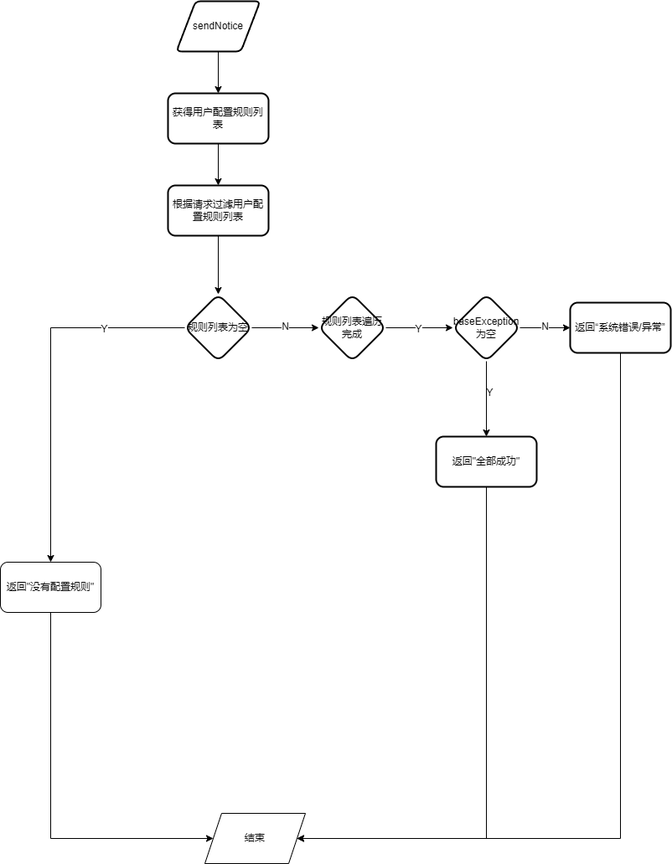
Earlier version of the draw.io export flow-diagram/baidu/ldc-api/sendNotice.drawio.png (RUIZRUI/flow-diagram). Source tidied: cells renumbered, new cells last; positions are measured from the earlier drawing's top-left corner, leaving out a move shared by most shapes.
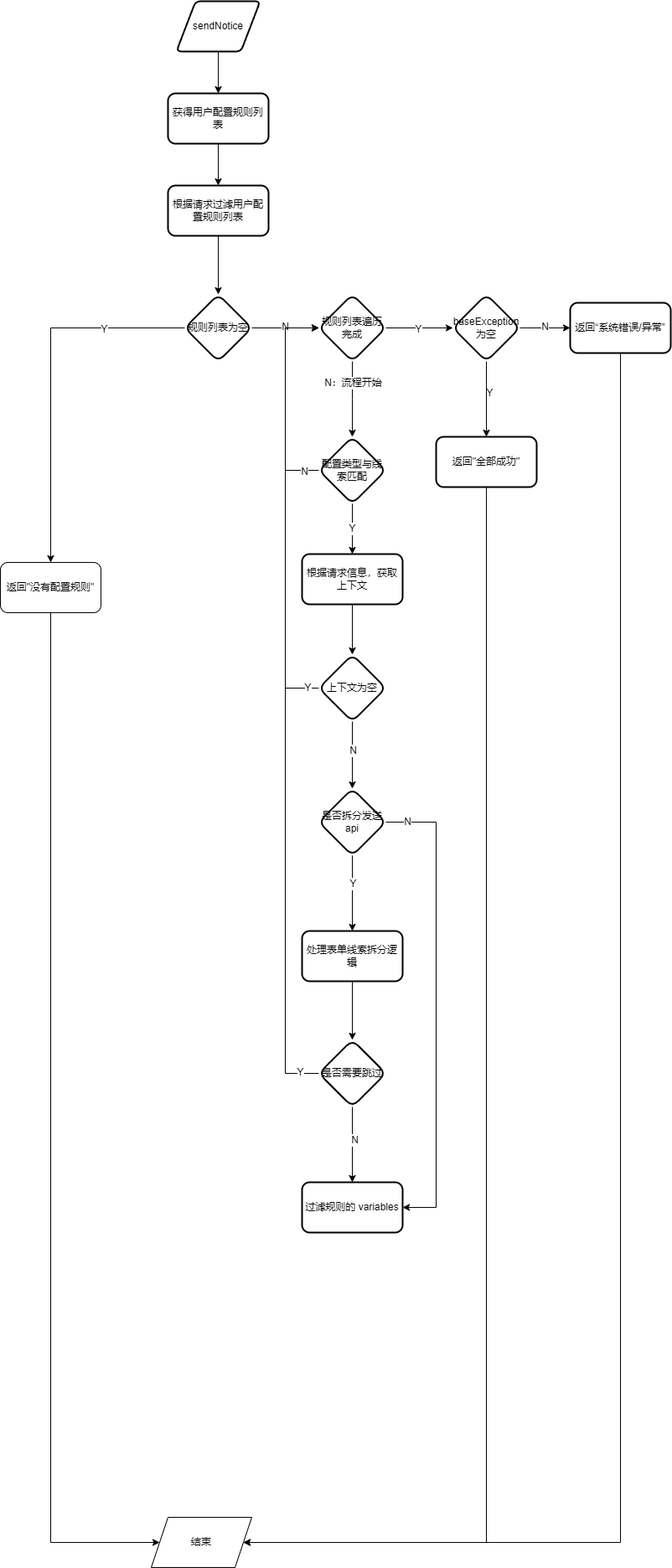
After the change.

Change to the diagram source:
```diff
@@ -21,12 +21,12 @@
       <mxGeometry x="200" y="220" width="120" height="60" as="geometry" />
     </mxCell>
     <mxCell id="8" value="结束" style="shape=parallelogram;perimeter=parallelogramPerimeter;whiteSpace=wrap;html=1;fixedSize=1;" parent="1" vertex="1">
-      <mxGeometry x="244" y="970" width="120" height="60" as="geometry" />
+      <mxGeometry x="180" y="1810" width="120" height="60" as="geometry" />
     </mxCell>
     <mxCell id="9" style="edgeStyle=orthogonalEdgeStyle;rounded=0;jettySize=auto;html=1;exitX=0.5;exitY=1;exitDx=0;exitDy=0;" parent="1" edge="1" source="10" target="8">
       <mxGeometry relative="1" as="geometry">
         <Array as="points">
-          <mxPoint x="60" y="1000" />
+          <mxPoint x="60" y="1840" />
         </Array>
       </mxGeometry>
     </mxCell>
@@ -54,6 +54,14 @@
     <mxCell id="17" value="Y" style="edgeLabel;html=1;align=center;verticalAlign=middle;" parent="16" vertex="1">
       <mxGeometry x="-0.04" y="-1" relative="1" as="geometry" />
     </mxCell>
+    <mxCell id="28" style="edgeStyle=orthogonalEdgeStyle;rounded=0;jettySize=auto;html=1;" parent="1" edge="1" source="18">
+      <mxGeometry relative="1" as="geometry">
+        <mxPoint x="420" y="520" as="targetPoint" />
+      </mxGeometry>
+    </mxCell>
+    <mxCell id="29" value="N：流程开始" style="edgeLabel;html=1;align=center;verticalAlign=middle;" parent="28" vertex="1">
+      <mxGeometry x="-0.44" relative="1" as="geometry" />
+    </mxCell>
     <mxCell id="18" value="规则列表遍历完成" style="rhombus;whiteSpace=wrap;html=1;rounded=1;strokeWidth=2;" parent="1" vertex="1">
       <mxGeometry x="380" y="350" width="80" height="80" as="geometry" />
     </mxCell>
@@ -75,7 +83,7 @@
     <mxCell id="24" style="edgeStyle=orthogonalEdgeStyle;rounded=0;jettySize=auto;html=1;exitX=0.5;exitY=1;exitDx=0;exitDy=0;" parent="1" edge="1" source="25" target="8">
       <mxGeometry relative="1" as="geometry">
         <Array as="points">
-          <mxPoint x="580" y="1000" />
+          <mxPoint x="580" y="1840" />
         </Array>
       </mxGeometry>
     </mxCell>
@@ -85,12 +93,108 @@
     <mxCell id="26" style="edgeStyle=orthogonalEdgeStyle;rounded=0;jettySize=auto;html=1;exitX=0.5;exitY=1;exitDx=0;exitDy=0;" parent="1" edge="1" source="27" target="8">
       <mxGeometry relative="1" as="geometry">
         <Array as="points">
-          <mxPoint x="740" y="1000" />
+          <mxPoint x="740" y="1840" />
         </Array>
       </mxGeometry>
     </mxCell>
     <mxCell id="27" value="返回“系统错误/异常”" style="whiteSpace=wrap;html=1;rounded=1;strokeWidth=2;" parent="1" vertex="1">
       <mxGeometry x="680" y="360" width="120" height="60" as="geometry" />
     </mxCell>
+    <mxCell id="30" style="edgeStyle=orthogonalEdgeStyle;rounded=0;jettySize=auto;html=1;exitX=0;exitY=0.5;exitDx=0;exitDy=0;entryX=0;entryY=0.5;entryDx=0;entryDy=0;" parent="1" edge="1" source="34" target="18">
+      <mxGeometry relative="1" as="geometry">
+        <Array as="points">
+          <mxPoint x="340" y="560" />
+          <mxPoint x="340" y="390" />
+        </Array>
+      </mxGeometry>
+    </mxCell>
+    <mxCell id="31" value="N" style="edgeLabel;html=1;align=center;verticalAlign=middle;" parent="30" vertex="1">
+      <mxGeometry x="-0.86" y="1" relative="1" as="geometry" />
+    </mxCell>
+    <mxCell id="32" style="edgeStyle=orthogonalEdgeStyle;rounded=0;jettySize=auto;html=1;" parent="1" edge="1" source="34" target="41">
+      <mxGeometry relative="1" as="geometry" />
+    </mxCell>
+    <mxCell id="33" value="Y" style="edgeLabel;html=1;align=center;verticalAlign=middle;" parent="32" vertex="1">
+      <mxGeometry x="-0.03" y="-1" relative="1" as="geometry" />
+    </mxCell>
+    <mxCell id="34" value="配置类型与线索匹配" style="rhombus;whiteSpace=wrap;html=1;rounded=1;strokeWidth=2;" parent="1" vertex="1">
+      <mxGeometry x="380" y="520" width="80" height="80" as="geometry" />
+    </mxCell>
+    <mxCell id="35" style="edgeStyle=orthogonalEdgeStyle;rounded=0;jettySize=auto;html=1;exitX=0;exitY=0.5;exitDx=0;exitDy=0;" parent="1" edge="1" source="39">
+      <mxGeometry relative="1" as="geometry">
+        <mxPoint x="380" y="390" as="targetPoint" />
+        <Array as="points">
+          <mxPoint x="340" y="820" />
+          <mxPoint x="340" y="390" />
+        </Array>
+      </mxGeometry>
+    </mxCell>
+    <mxCell id="36" value="Y" style="edgeLabel;html=1;align=center;verticalAlign=middle;" parent="35" vertex="1">
+      <mxGeometry x="-0.95" y="-1" relative="1" as="geometry" />
+    </mxCell>
+    <mxCell id="37" style="edgeStyle=orthogonalEdgeStyle;rounded=0;jettySize=auto;html=1;" parent="1" edge="1" source="39" target="46">
+      <mxGeometry relative="1" as="geometry" />
+    </mxCell>
+    <mxCell id="38" value="N" style="edgeLabel;html=1;align=center;verticalAlign=middle;" parent="37" vertex="1">
+      <mxGeometry x="-0.16" relative="1" as="geometry" />
+    </mxCell>
+    <mxCell id="39" value="上下文为空" style="rhombus;whiteSpace=wrap;html=1;rounded=1;strokeWidth=2;" parent="1" vertex="1">
+      <mxGeometry x="380" y="780" width="80" height="80" as="geometry" />
+    </mxCell>
+    <mxCell id="40" style="edgeStyle=orthogonalEdgeStyle;rounded=0;jettySize=auto;html=1;exitX=0.5;exitY=1;exitDx=0;exitDy=0;" parent="1" edge="1" source="41" target="39">
+      <mxGeometry relative="1" as="geometry" />
+    </mxCell>
+    <mxCell id="41" value="根据请求信息，获取上下文" style="whiteSpace=wrap;html=1;rounded=1;strokeWidth=2;" parent="1" vertex="1">
+      <mxGeometry x="360" y="660" width="120" height="60" as="geometry" />
+    </mxCell>
+    <mxCell id="42" style="edgeStyle=orthogonalEdgeStyle;rounded=0;jettySize=auto;html=1;" parent="1" edge="1" source="46" target="48">
+      <mxGeometry relative="1" as="geometry" />
+    </mxCell>
+    <mxCell id="43" value="Y" style="edgeLabel;html=1;align=center;verticalAlign=middle;" parent="42" vertex="1">
+      <mxGeometry x="-0.26" relative="1" as="geometry" />
+    </mxCell>
+    <mxCell id="44" style="edgeStyle=orthogonalEdgeStyle;rounded=0;jettySize=auto;html=1;exitX=1;exitY=0.5;exitDx=0;exitDy=0;entryX=1;entryY=0.5;entryDx=0;entryDy=0;" parent="1" edge="1" source="46" target="54">
+      <mxGeometry relative="1" as="geometry">
+        <Array as="points">
+          <mxPoint x="520" y="980" />
+          <mxPoint x="520" y="1440" />
+        </Array>
+      </mxGeometry>
+    </mxCell>
+    <mxCell id="45" value="N" style="edgeLabel;html=1;align=center;verticalAlign=middle;" parent="44" vertex="1">
+      <mxGeometry x="-0.91" y="1" relative="1" as="geometry" />
+    </mxCell>
+    <mxCell id="46" value="是否拆分发送api" style="rhombus;whiteSpace=wrap;html=1;rounded=1;strokeWidth=2;" parent="1" vertex="1">
+      <mxGeometry x="380" y="940" width="80" height="80" as="geometry" />
+    </mxCell>
+    <mxCell id="47" style="edgeStyle=orthogonalEdgeStyle;rounded=0;jettySize=auto;html=1;" parent="1" edge="1" source="48" target="53">
+      <mxGeometry relative="1" as="geometry" />
+    </mxCell>
+    <mxCell id="48" value="处理表单线索拆分逻辑" style="whiteSpace=wrap;html=1;rounded=1;strokeWidth=2;" parent="1" vertex="1">
+      <mxGeometry x="360" y="1110" width="120" height="60" as="geometry" />
+    </mxCell>
+    <mxCell id="49" style="edgeStyle=orthogonalEdgeStyle;rounded=0;jettySize=auto;html=1;exitX=0;exitY=0.5;exitDx=0;exitDy=0;entryX=0;entryY=0.5;entryDx=0;entryDy=0;" parent="1" edge="1" source="53" target="18">
+      <mxGeometry relative="1" as="geometry">
+        <Array as="points">
+          <mxPoint x="340" y="1280" />
+          <mxPoint x="340" y="390" />
+        </Array>
+      </mxGeometry>
+    </mxCell>
+    <mxCell id="50" value="Y" style="edgeLabel;html=1;align=center;verticalAlign=middle;" parent="49" vertex="1">
+      <mxGeometry x="-0.95" y="-2" relative="1" as="geometry" />
+    </mxCell>
+    <mxCell id="51" style="edgeStyle=orthogonalEdgeStyle;rounded=0;jettySize=auto;html=1;" parent="1" edge="1" source="53" target="54">
+      <mxGeometry relative="1" as="geometry" />
+    </mxCell>
+    <mxCell id="52" value="N" style="edgeLabel;html=1;align=center;verticalAlign=middle;" parent="51" vertex="1">
+      <mxGeometry x="-0.13" y="2" relative="1" as="geometry" />
+    </mxCell>
+    <mxCell id="53" value="是否需要跳过" style="rhombus;whiteSpace=wrap;html=1;rounded=1;strokeWidth=2;" parent="1" vertex="1">
+      <mxGeometry x="380" y="1240" width="80" height="80" as="geometry" />
+    </mxCell>
+    <mxCell id="54" value="过滤规则的 variables" style="whiteSpace=wrap;html=1;rounded=1;strokeWidth=2;" parent="1" vertex="1">
+      <mxGeometry x="360" y="1410" width="120" height="60" as="geometry" />
+    </mxCell>
   </root>
 </mxGraphModel>
```
